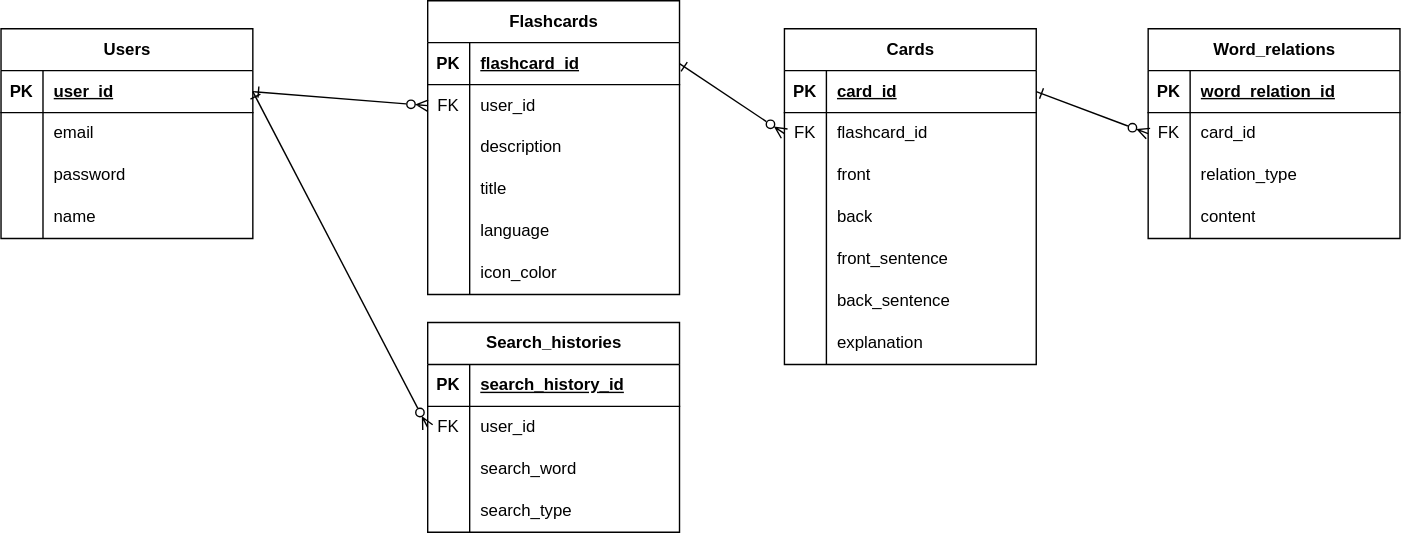
Above: docs/ER_diagram.drawio.svg in gacky86/sugutan_backend (draw.io), before the change. Source tidied: cells renumbered, new cells last; positions are measured from the earlier drawing's top-left corner, leaving out a move shared by most shapes.
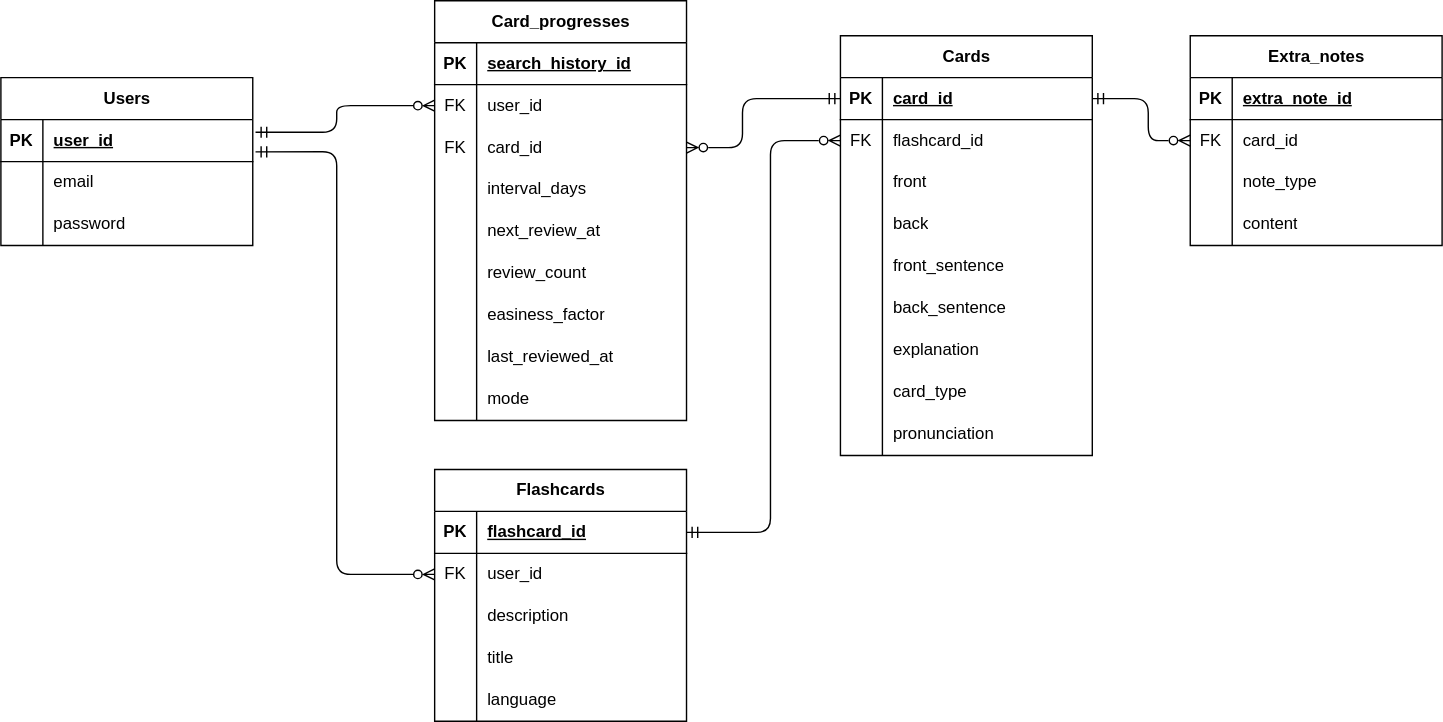
After the change.

Diff of the diagram source:
```diff
@@ -1,9 +1,9 @@
-<mxGraphModel>
+<mxGraphModel background="#FFFFFF">
   <root>
     <mxCell id="0" />
     <mxCell id="1" parent="0" />
     <mxCell id="2" value="Users" style="shape=table;startSize=30;rowLines=0;fontStyle=1;align=center;html=1;" parent="1" vertex="1">
-      <mxGeometry y="20" width="180" height="150" as="geometry" />
+      <mxGeometry x="20" y="30" width="180" height="120" as="geometry" />
     </mxCell>
     <mxCell id="3" style="shape=tableRow;horizontal=0;startSize=0;swimlaneHead=0;swimlaneBody=0;fillColor=none;points=[[0,0.5],[1,0.5]];portConstraint=eastwest;top=0;left=0;right=0;bottom=1;" parent="2" vertex="1">
       <mxGeometry y="30" width="180" height="30" as="geometry" />
@@ -32,17 +32,8 @@
     <mxCell id="11" value="password" style="shape=partialRectangle;fillColor=none;top=0;left=0;bottom=0;right=0;align=left;spacingLeft=6;overflow=hidden;whiteSpace=wrap;html=1;" parent="9" vertex="1">
       <mxGeometry x="30" width="150" height="30" as="geometry" />
     </mxCell>
-    <mxCell id="12" style="shape=tableRow;horizontal=0;startSize=0;swimlaneHead=0;swimlaneBody=0;fillColor=none;top=0;left=0;right=0;bottom=0;" parent="2" vertex="1">
-      <mxGeometry y="120" width="180" height="30" as="geometry" />
-    </mxCell>
-    <mxCell id="13" style="shape=partialRectangle;fillColor=none;top=0;left=0;bottom=0;right=0;overflow=hidden;whiteSpace=wrap;html=1;" parent="12" vertex="1">
-      <mxGeometry width="30" height="30" as="geometry" />
-    </mxCell>
-    <mxCell id="14" value="name" style="shape=partialRectangle;fillColor=none;top=0;left=0;bottom=0;right=0;align=left;spacingLeft=6;overflow=hidden;whiteSpace=wrap;html=1;" parent="12" vertex="1">
-      <mxGeometry x="30" width="150" height="30" as="geometry" />
-    </mxCell>
     <mxCell id="15" value="Flashcards" style="shape=table;startSize=30;rowLines=0;fontStyle=1;align=center;html=1;" parent="1" vertex="1">
-      <mxGeometry x="305" width="180" height="210" as="geometry" />
+      <mxGeometry x="330" y="310" width="180" height="180" as="geometry" />
     </mxCell>
     <mxCell id="16" style="shape=tableRow;horizontal=0;startSize=0;swimlaneHead=0;swimlaneBody=0;fillColor=none;points=[[0,0.5],[1,0.5]];portConstraint=eastwest;top=0;left=0;right=0;bottom=1;" parent="15" vertex="1">
       <mxGeometry y="30" width="180" height="30" as="geometry" />
@@ -89,17 +80,8 @@
     <mxCell id="30" value="language" style="shape=partialRectangle;fillColor=none;top=0;left=0;bottom=0;right=0;align=left;spacingLeft=6;overflow=hidden;whiteSpace=wrap;html=1;" parent="28" vertex="1">
       <mxGeometry x="30" width="150" height="30" as="geometry" />
     </mxCell>
-    <mxCell id="31" style="shape=tableRow;horizontal=0;startSize=0;swimlaneHead=0;swimlaneBody=0;fillColor=none;top=0;left=0;right=0;bottom=0;" parent="15" vertex="1">
-      <mxGeometry y="180" width="180" height="30" as="geometry" />
-    </mxCell>
-    <mxCell id="32" style="shape=partialRectangle;fillColor=none;top=0;left=0;bottom=0;right=0;overflow=hidden;whiteSpace=wrap;html=1;" parent="31" vertex="1">
-      <mxGeometry width="30" height="30" as="geometry" />
-    </mxCell>
-    <mxCell id="33" value="icon_color" style="shape=partialRectangle;fillColor=none;top=0;left=0;bottom=0;right=0;align=left;spacingLeft=6;overflow=hidden;whiteSpace=wrap;html=1;" parent="31" vertex="1">
-      <mxGeometry x="30" width="150" height="30" as="geometry" />
-    </mxCell>
     <mxCell id="34" value="Cards" style="shape=table;startSize=30;rowLines=0;fontStyle=1;align=center;html=1;" parent="1" vertex="1">
-      <mxGeometry x="560" y="20" width="180" height="240" as="geometry" />
+      <mxGeometry x="620" width="180" height="300" as="geometry" />
     </mxCell>
     <mxCell id="35" style="shape=tableRow;horizontal=0;startSize=0;swimlaneHead=0;swimlaneBody=0;fillColor=none;points=[[0,0.5],[1,0.5]];portConstraint=eastwest;top=0;left=0;right=0;bottom=1;" parent="34" vertex="1">
       <mxGeometry y="30" width="180" height="30" as="geometry" />
@@ -164,8 +146,26 @@
     <mxCell id="55" value="explanation" style="shape=partialRectangle;fillColor=none;top=0;left=0;bottom=0;right=0;align=left;spacingLeft=6;overflow=hidden;whiteSpace=wrap;html=1;" parent="53" vertex="1">
       <mxGeometry x="30" width="150" height="30" as="geometry" />
     </mxCell>
+    <mxCell id="87" style="shape=tableRow;horizontal=0;startSize=0;swimlaneHead=0;swimlaneBody=0;fillColor=none;top=0;left=0;right=0;bottom=0;" parent="34" vertex="1">
+      <mxGeometry y="240" width="180" height="30" as="geometry" />
+    </mxCell>
+    <mxCell id="88" style="shape=partialRectangle;fillColor=none;top=0;left=0;bottom=0;right=0;overflow=hidden;whiteSpace=wrap;html=1;" parent="87" vertex="1">
+      <mxGeometry width="30" height="30" as="geometry" />
+    </mxCell>
+    <mxCell id="89" value="card_type" style="shape=partialRectangle;fillColor=none;top=0;left=0;bottom=0;right=0;align=left;spacingLeft=6;overflow=hidden;whiteSpace=wrap;html=1;" parent="87" vertex="1">
+      <mxGeometry x="30" width="150" height="30" as="geometry" />
+    </mxCell>
+    <mxCell id="90" style="shape=tableRow;horizontal=0;startSize=0;swimlaneHead=0;swimlaneBody=0;fillColor=none;top=0;left=0;right=0;bottom=0;" parent="34" vertex="1">
+      <mxGeometry y="270" width="180" height="30" as="geometry" />
+    </mxCell>
+    <mxCell id="91" style="shape=partialRectangle;fillColor=none;top=0;left=0;bottom=0;right=0;overflow=hidden;whiteSpace=wrap;html=1;" parent="90" vertex="1">
+      <mxGeometry width="30" height="30" as="geometry" />
+    </mxCell>
+    <mxCell id="92" value="pronunciation" style="shape=partialRectangle;fillColor=none;top=0;left=0;bottom=0;right=0;align=left;spacingLeft=6;overflow=hidden;whiteSpace=wrap;html=1;" parent="90" vertex="1">
+      <mxGeometry x="30" width="150" height="30" as="geometry" />
+    </mxCell>
-    <mxCell id="56" value="Search_histories" style="shape=table;startSize=30;rowLines=0;fontStyle=1;align=center;html=1;" parent="1" vertex="1">
-      <mxGeometry x="305" y="230" width="180" height="150" as="geometry" />
+    <mxCell id="56" value="Card_progresses" style="shape=table;startSize=30;rowLines=0;fontStyle=1;align=center;html=1;" parent="1" vertex="1">
+      <mxGeometry x="330" y="-25" width="180" height="300" as="geometry" />
     </mxCell>
     <mxCell id="57" style="shape=tableRow;horizontal=0;startSize=0;swimlaneHead=0;swimlaneBody=0;fillColor=none;top=0;left=0;right=0;bottom=1;" parent="56" vertex="1">
       <mxGeometry y="30" width="180" height="30" as="geometry" />
@@ -185,26 +185,71 @@
     <mxCell id="62" value="user_id" style="shape=partialRectangle;fillColor=none;top=0;left=0;bottom=0;right=0;align=left;spacingLeft=6;overflow=hidden;whiteSpace=wrap;html=1;" parent="60" vertex="1">
       <mxGeometry x="30" width="150" height="30" as="geometry" />
     </mxCell>
+    <mxCell id="93" style="shape=tableRow;horizontal=0;startSize=0;swimlaneHead=0;swimlaneBody=0;fillColor=none;points=[[0,0.5],[1,0.5]];portConstraint=eastwest;top=0;left=0;right=0;bottom=0;" parent="56" vertex="1">
+      <mxGeometry y="90" width="180" height="30" as="geometry" />
+    </mxCell>
+    <mxCell id="94" value="FK" style="shape=partialRectangle;fillColor=none;top=0;left=0;bottom=0;right=0;overflow=hidden;whiteSpace=wrap;html=1;" parent="93" vertex="1">
+      <mxGeometry width="30" height="30" as="geometry" />
+    </mxCell>
+    <mxCell id="95" value="card_id" style="shape=partialRectangle;fillColor=none;top=0;left=0;bottom=0;right=0;align=left;spacingLeft=6;overflow=hidden;whiteSpace=wrap;html=1;" parent="93" vertex="1">
+      <mxGeometry x="30" width="150" height="30" as="geometry" />
+    </mxCell>
+    <mxCell id="12" style="shape=tableRow;horizontal=0;startSize=0;swimlaneHead=0;swimlaneBody=0;fillColor=none;top=0;left=0;right=0;bottom=0;" parent="56" vertex="1">
+      <mxGeometry y="120" width="180" height="30" as="geometry" />
+    </mxCell>
+    <mxCell id="96" style="shape=partialRectangle;fillColor=none;top=0;left=0;bottom=0;right=0;overflow=hidden;whiteSpace=wrap;html=1;" parent="12" vertex="1">
+      <mxGeometry width="30" height="30" as="geometry" />
+    </mxCell>
+    <mxCell id="97" value="interval_days" style="shape=partialRectangle;fillColor=none;top=0;left=0;bottom=0;right=0;align=left;spacingLeft=6;overflow=hidden;whiteSpace=wrap;html=1;" parent="12" vertex="1">
+      <mxGeometry x="30" width="150" height="30" as="geometry" />
+    </mxCell>
     <mxCell id="63" style="shape=tableRow;horizontal=0;startSize=0;swimlaneHead=0;swimlaneBody=0;fillColor=none;top=0;left=0;right=0;bottom=0;" parent="56" vertex="1">
-      <mxGeometry y="90" width="180" height="30" as="geometry" />
+      <mxGeometry y="150" width="180" height="30" as="geometry" />
     </mxCell>
     <mxCell id="64" style="shape=partialRectangle;fillColor=none;top=0;left=0;bottom=0;right=0;overflow=hidden;whiteSpace=wrap;html=1;" parent="63" vertex="1">
       <mxGeometry width="30" height="30" as="geometry" />
     </mxCell>
-    <mxCell id="65" value="search_word" style="shape=partialRectangle;fillColor=none;top=0;left=0;bottom=0;right=0;align=left;spacingLeft=6;overflow=hidden;whiteSpace=wrap;html=1;" parent="63" vertex="1">
+    <mxCell id="65" value="next_review_at" style="shape=partialRectangle;fillColor=none;top=0;left=0;bottom=0;right=0;align=left;spacingLeft=6;overflow=hidden;whiteSpace=wrap;html=1;" parent="63" vertex="1">
       <mxGeometry x="30" width="150" height="30" as="geometry" />
     </mxCell>
     <mxCell id="66" style="shape=tableRow;horizontal=0;startSize=0;swimlaneHead=0;swimlaneBody=0;fillColor=none;top=0;left=0;right=0;bottom=0;" parent="56" vertex="1">
-      <mxGeometry y="120" width="180" height="30" as="geometry" />
+      <mxGeometry y="180" width="180" height="30" as="geometry" />
     </mxCell>
     <mxCell id="67" style="shape=partialRectangle;fillColor=none;top=0;left=0;bottom=0;right=0;overflow=hidden;whiteSpace=wrap;html=1;" parent="66" vertex="1">
       <mxGeometry width="30" height="30" as="geometry" />
     </mxCell>
-    <mxCell id="68" value="search_type" style="shape=partialRectangle;fillColor=none;top=0;left=0;bottom=0;right=0;align=left;spacingLeft=6;overflow=hidden;whiteSpace=wrap;html=1;" parent="66" vertex="1">
+    <mxCell id="68" value="review_count" style="shape=partialRectangle;fillColor=none;top=0;left=0;bottom=0;right=0;align=left;spacingLeft=6;overflow=hidden;whiteSpace=wrap;html=1;" parent="66" vertex="1">
       <mxGeometry x="30" width="150" height="30" as="geometry" />
     </mxCell>
+    <mxCell id="98" style="shape=tableRow;horizontal=0;startSize=0;swimlaneHead=0;swimlaneBody=0;fillColor=none;top=0;left=0;right=0;bottom=0;" parent="56" vertex="1">
+      <mxGeometry y="210" width="180" height="30" as="geometry" />
+    </mxCell>
+    <mxCell id="99" style="shape=partialRectangle;fillColor=none;top=0;left=0;bottom=0;right=0;overflow=hidden;whiteSpace=wrap;html=1;" parent="98" vertex="1">
+      <mxGeometry width="30" height="30" as="geometry" />
+    </mxCell>
+    <mxCell id="100" value="easiness_factor" style="shape=partialRectangle;fillColor=none;top=0;left=0;bottom=0;right=0;align=left;spacingLeft=6;overflow=hidden;whiteSpace=wrap;html=1;" parent="98" vertex="1">
+      <mxGeometry x="30" width="150" height="30" as="geometry" />
+    </mxCell>
+    <mxCell id="101" style="shape=tableRow;horizontal=0;startSize=0;swimlaneHead=0;swimlaneBody=0;fillColor=none;top=0;left=0;right=0;bottom=0;" parent="56" vertex="1">
+      <mxGeometry y="240" width="180" height="30" as="geometry" />
+    </mxCell>
+    <mxCell id="102" style="shape=partialRectangle;fillColor=none;top=0;left=0;bottom=0;right=0;overflow=hidden;whiteSpace=wrap;html=1;" parent="101" vertex="1">
+      <mxGeometry width="30" height="30" as="geometry" />
+    </mxCell>
+    <mxCell id="103" value="last_reviewed_at" style="shape=partialRectangle;fillColor=none;top=0;left=0;bottom=0;right=0;align=left;spacingLeft=6;overflow=hidden;whiteSpace=wrap;html=1;" parent="101" vertex="1">
+      <mxGeometry x="30" width="150" height="30" as="geometry" />
+    </mxCell>
+    <mxCell id="104" style="shape=tableRow;horizontal=0;startSize=0;swimlaneHead=0;swimlaneBody=0;fillColor=none;top=0;left=0;right=0;bottom=0;" parent="56" vertex="1">
+      <mxGeometry y="270" width="180" height="30" as="geometry" />
+    </mxCell>
+    <mxCell id="105" style="shape=partialRectangle;fillColor=none;top=0;left=0;bottom=0;right=0;overflow=hidden;whiteSpace=wrap;html=1;" parent="104" vertex="1">
+      <mxGeometry width="30" height="30" as="geometry" />
+    </mxCell>
+    <mxCell id="106" value="mode" style="shape=partialRectangle;fillColor=none;top=0;left=0;bottom=0;right=0;align=left;spacingLeft=6;overflow=hidden;whiteSpace=wrap;html=1;" parent="104" vertex="1">
+      <mxGeometry x="30" width="150" height="30" as="geometry" />
+    </mxCell>
-    <mxCell id="69" value="Word_relations" style="shape=table;startSize=30;rowLines=0;fontStyle=1;align=center;html=1;" parent="1" vertex="1">
-      <mxGeometry x="820" y="20" width="180" height="150" as="geometry" />
+    <mxCell id="69" value="Extra_notes" style="shape=table;startSize=30;rowLines=0;fontStyle=1;align=center;html=1;" parent="1" vertex="1">
+      <mxGeometry x="870" width="180" height="150" as="geometry" />
     </mxCell>
     <mxCell id="70" style="shape=tableRow;horizontal=0;startSize=0;swimlaneHead=0;swimlaneBody=0;fillColor=none;top=0;left=0;right=0;bottom=1;" parent="69" vertex="1">
       <mxGeometry y="30" width="180" height="30" as="geometry" />
@@ -212,7 +257,7 @@
     <mxCell id="71" value="PK" style="shape=partialRectangle;fillColor=none;top=0;left=0;bottom=0;right=0;fontStyle=1;overflow=hidden;whiteSpace=wrap;html=1;" parent="70" vertex="1">
       <mxGeometry width="30" height="30" as="geometry" />
     </mxCell>
-    <mxCell id="72" value="word_relation_id" style="shape=partialRectangle;fillColor=none;top=0;left=0;bottom=0;right=0;align=left;spacingLeft=6;fontStyle=5;overflow=hidden;whiteSpace=wrap;html=1;" parent="70" vertex="1">
+    <mxCell id="72" value="extra_note_id" style="shape=partialRectangle;fillColor=none;top=0;left=0;bottom=0;right=0;align=left;spacingLeft=6;fontStyle=5;overflow=hidden;whiteSpace=wrap;html=1;" parent="70" vertex="1">
       <mxGeometry x="30" width="150" height="30" as="geometry" />
     </mxCell>
     <mxCell id="73" style="shape=tableRow;horizontal=0;startSize=0;swimlaneHead=0;swimlaneBody=0;fillColor=none;points=[[0,0.5],[1,0.5]];portConstraint=eastwest;top=0;left=0;right=0;bottom=0;" parent="69" vertex="1">
@@ -230,7 +275,7 @@
     <mxCell id="77" style="shape=partialRectangle;fillColor=none;top=0;left=0;bottom=0;right=0;overflow=hidden;whiteSpace=wrap;html=1;" parent="76" vertex="1">
       <mxGeometry width="30" height="30" as="geometry" />
     </mxCell>
-    <mxCell id="78" value="relation_type" style="shape=partialRectangle;fillColor=none;top=0;left=0;bottom=0;right=0;align=left;spacingLeft=6;overflow=hidden;whiteSpace=wrap;html=1;" parent="76" vertex="1">
+    <mxCell id="78" value="note_type" style="shape=partialRectangle;fillColor=none;top=0;left=0;bottom=0;right=0;align=left;spacingLeft=6;overflow=hidden;whiteSpace=wrap;html=1;" parent="76" vertex="1">
       <mxGeometry x="30" width="150" height="30" as="geometry" />
     </mxCell>
     <mxCell id="79" style="shape=tableRow;horizontal=0;startSize=0;swimlaneHead=0;swimlaneBody=0;fillColor=none;top=0;left=0;right=0;bottom=0;" parent="69" vertex="1">
@@ -245,17 +290,45 @@
     <mxCell id="82" style="edgeStyle=none;html=1;exitX=1;exitY=0.5;exitDx=0;exitDy=0;entryX=0;entryY=0.5;entryDx=0;entryDy=0;" parent="1" edge="1" source="3">
       <mxGeometry relative="1" as="geometry" />
     </mxCell>
+    <mxCell id="86" style="edgeStyle=none;html=1;exitX=1.011;exitY=0.3;exitDx=0;exitDy=0;entryX=0;entryY=0.5;entryDx=0;entryDy=0;endArrow=ERzeroToMany;endFill=0;startArrow=ERmandOne;startFill=0;exitPerimeter=0;" parent="1" edge="1" source="3" target="60">
+      <mxGeometry relative="1" as="geometry">
+        <Array as="points">
+          <mxPoint x="260" y="69" />
+          <mxPoint x="260" y="50" />
+        </Array>
+      </mxGeometry>
+    </mxCell>
-    <mxCell id="83" style="edgeStyle=none;html=1;exitX=1;exitY=0.5;exitDx=0;exitDy=0;entryX=0;entryY=0.5;entryDx=0;entryDy=0;startArrow=ERone;startFill=0;endArrow=ERzeroToMany;endFill=0;" parent="1" edge="1" source="3" target="19">
-      <mxGeometry relative="1" as="geometry" />
+    <mxCell id="83" style="edgeStyle=none;html=1;exitX=1.011;exitY=0.767;exitDx=0;exitDy=0;entryX=0;entryY=0.5;entryDx=0;entryDy=0;startArrow=ERmandOne;startFill=0;endArrow=ERzeroToMany;endFill=0;exitPerimeter=0;" parent="1" edge="1" source="3" target="19">
+      <mxGeometry relative="1" as="geometry">
+        <Array as="points">
+          <mxPoint x="260" y="83" />
+          <mxPoint x="260" y="385" />
+        </Array>
+      </mxGeometry>
     </mxCell>
-    <mxCell id="84" style="edgeStyle=none;html=1;exitX=1;exitY=0.5;exitDx=0;exitDy=0;entryX=0;entryY=0.5;entryDx=0;entryDy=0;startArrow=ERone;startFill=0;endArrow=ERzeroToMany;endFill=0;" parent="1" edge="1" source="16" target="38">
-      <mxGeometry relative="1" as="geometry" />
+    <mxCell id="84" style="edgeStyle=none;html=1;exitX=1;exitY=0.5;exitDx=0;exitDy=0;entryX=0;entryY=0.5;entryDx=0;entryDy=0;startArrow=ERmandOne;startFill=0;endArrow=ERzeroToMany;endFill=0;" parent="1" edge="1" source="16" target="38">
+      <mxGeometry relative="1" as="geometry">
+        <Array as="points">
+          <mxPoint x="570" y="355" />
+          <mxPoint x="570" y="75" />
+        </Array>
+      </mxGeometry>
     </mxCell>
-    <mxCell id="85" style="edgeStyle=none;html=1;exitX=1;exitY=0.5;exitDx=0;exitDy=0;entryX=0;entryY=0.5;entryDx=0;entryDy=0;startArrow=ERone;startFill=0;endArrow=ERzeroToMany;endFill=0;" parent="1" edge="1" source="35" target="73">
-      <mxGeometry relative="1" as="geometry" />
-    </mxCell>
-    <mxCell id="86" style="edgeStyle=none;html=1;exitX=1;exitY=0.5;exitDx=0;exitDy=0;entryX=0;entryY=0.5;entryDx=0;entryDy=0;startArrow=ERone;startFill=0;endArrow=ERzeroToMany;endFill=0;" parent="1" edge="1" source="3" target="60">
-      <mxGeometry relative="1" as="geometry" />
-    </mxCell>
+    <mxCell id="107" style="edgeStyle=none;html=1;exitX=1;exitY=0.5;exitDx=0;exitDy=0;entryX=0;entryY=0.5;entryDx=0;entryDy=0;startArrow=ERmandOne;startFill=0;endArrow=ERzeroToMany;endFill=0;" parent="1" edge="1" source="35" target="69">
+      <mxGeometry relative="1" as="geometry">
+        <Array as="points">
+          <mxPoint x="840" y="45" />
+          <mxPoint x="840" y="75" />
+        </Array>
+      </mxGeometry>
+    </mxCell>
+    <mxCell id="108" style="edgeStyle=none;html=1;exitX=0;exitY=0.5;exitDx=0;exitDy=0;entryX=1;entryY=0.5;entryDx=0;entryDy=0;endArrow=ERzeroToMany;endFill=0;startArrow=ERmandOne;startFill=0;" parent="1" edge="1" source="35" target="93">
+      <mxGeometry relative="1" as="geometry">
+        <Array as="points">
+          <mxPoint x="550" y="45" />
+          <mxPoint x="550" y="80" />
+        </Array>
+      </mxGeometry>
+    </mxCell>
   </root>
 </mxGraphModel>
```
